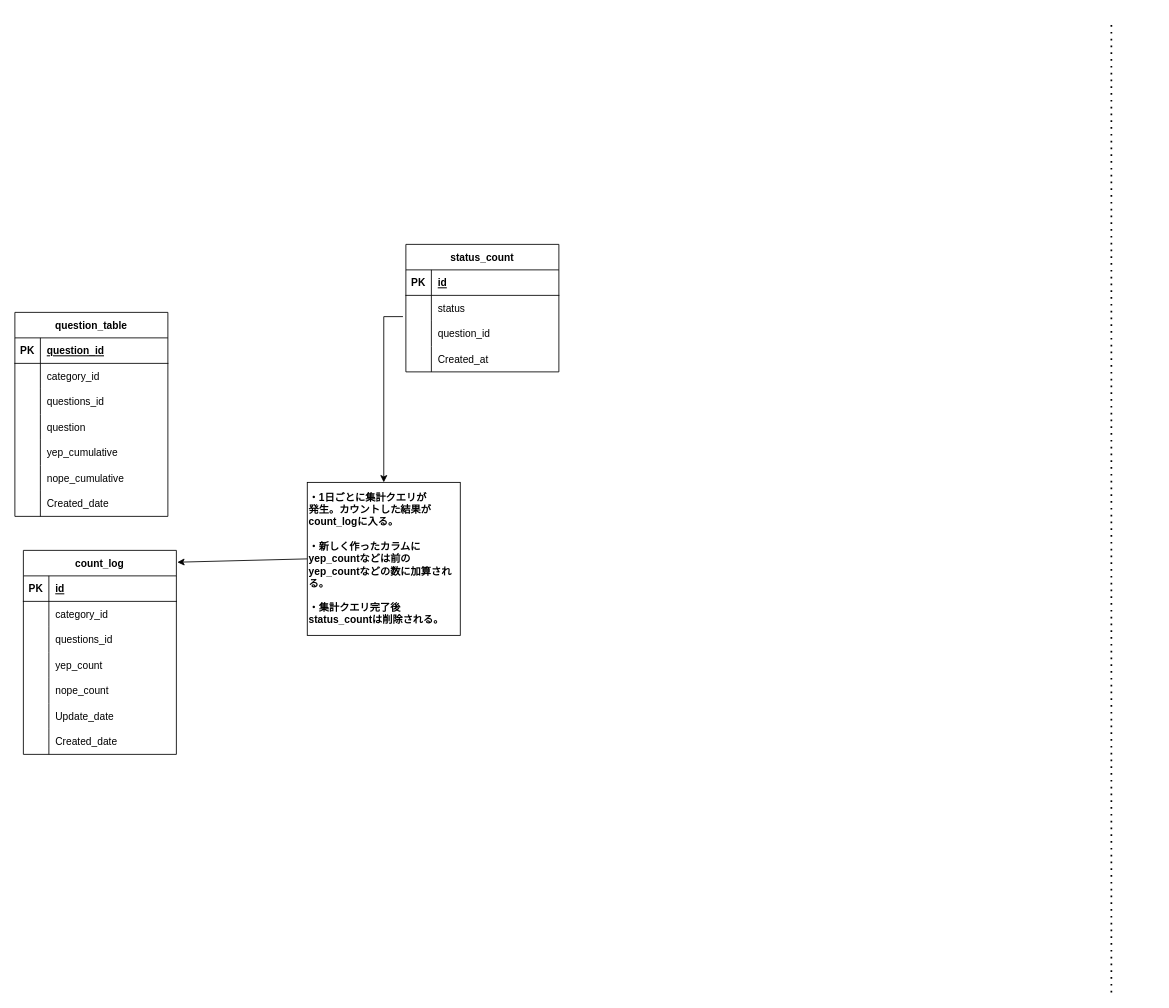
This is page "初期リリースDB" (1 of 9) of Untitled Diagram.drawio from ryo-n-cell/aruaruSet, a draw.io file, before an edit. Source tidied: cells renumbered, new cells numbered last; positions are measured from the earlier drawing's top-left corner, leaving out a move shared by most shapes. Both pictures are drawn from the tidied source at 85%, with x=0, y=0 at pixel (14, 23).
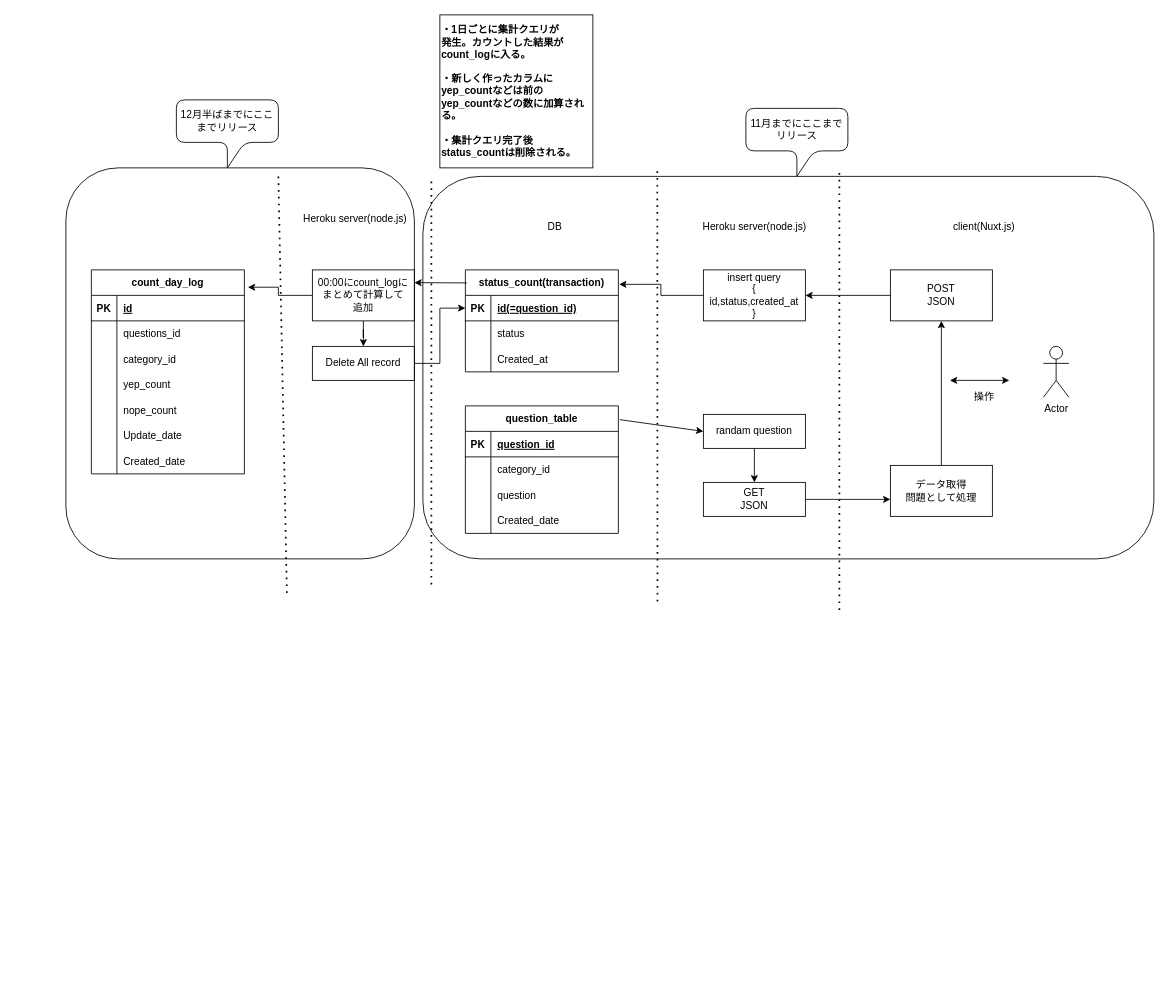
The same page after the edit.

The change refers to these unchanged cells:
```xml
<mxCell id="3" style="shape=partialRectangle;fillColor=none;top=0;left=0;bottom=1;right=0;points=[[0,0.5],[1,0.5]];portConstraint=eastwest;" parent="2" vertex="1">
  <mxGeometry y="30" width="180" height="30" as="geometry" />
</mxCell>
<mxCell id="6" style="shape=partialRectangle;fillColor=none;top=0;left=0;bottom=0;right=0;points=[[0,0.5],[1,0.5]];portConstraint=eastwest;" parent="2" vertex="1">
  <mxGeometry y="60" width="180" height="30" as="geometry" />
</mxCell>
<mxCell id="9" style="shape=partialRectangle;fillColor=none;top=0;left=0;bottom=0;right=0;" parent="2" vertex="1">
  <mxGeometry y="90" width="180" height="30" as="geometry" />
</mxCell>
<mxCell id="45" style="shape=partialRectangle;fillColor=none;top=0;left=0;bottom=0;right=0;" parent="41" vertex="1">
  <mxGeometry y="60" width="180" height="30" as="geometry" />
</mxCell>
<mxCell id="48" style="shape=partialRectangle;fillColor=none;top=0;left=0;bottom=0;right=0;" parent="41" vertex="1">
  <mxGeometry y="90" width="180" height="30" as="geometry" />
</mxCell>
```

The edit, as a diff of the source:
```diff
@@
+    <mxCell id="63" style="rounded=1;whiteSpace=wrap;html=1;fillColor=none;" parent="1" vertex="1">
+      <mxGeometry x="480" y="180" width="860" height="450" as="geometry" />
+    </mxCell>
-    <mxCell id="2" value="status_count" style="shape=table;startSize=30;childLayout=tableLayout;rowLines=0;fontStyle=1;align=center;" parent="1" vertex="1">
-      <mxGeometry x="460" y="260" width="180" height="150" as="geometry" />
+    <mxCell id="2" value="status_count(transaction)" style="shape=table;startSize=30;childLayout=tableLayout;rowLines=0;fontStyle=1;align=center;" parent="1" vertex="1">
+      <mxGeometry x="530" y="290" width="180" height="120" as="geometry" />
     </mxCell>
@@
-    <mxCell id="5" value="id" style="shape=partialRectangle;fillColor=none;top=0;left=0;bottom=0;right=0;align=left;spacingLeft=6;fontStyle=5;overflow=hidden;" parent="3" vertex="1">
+    <mxCell id="5" value="id(=question_id)" style="shape=partialRectangle;fillColor=none;top=0;left=0;bottom=0;right=0;align=left;spacingLeft=6;fontStyle=5;overflow=hidden;" parent="3" vertex="1">
       <mxGeometry x="30" width="150" height="30" as="geometry" />
     </mxCell>
@@
-    <mxCell id="11" value="question_id" style="shape=partialRectangle;fillColor=none;top=0;left=0;bottom=0;right=0;align=left;spacingLeft=6;overflow=hidden;" parent="9" vertex="1">
+    <mxCell id="11" value="Created_at" style="shape=partialRectangle;fillColor=none;top=0;left=0;bottom=0;right=0;align=left;spacingLeft=6;overflow=hidden;" parent="9" vertex="1">
       <mxGeometry x="30" width="150" height="30" as="geometry" />
     </mxCell>
-    <mxCell id="12" style="shape=partialRectangle;fillColor=none;top=0;left=0;bottom=0;right=0;" parent="2" vertex="1">
-      <mxGeometry y="120" width="180" height="30" as="geometry" />
-    </mxCell>
-    <mxCell id="13" style="shape=partialRectangle;fillColor=none;top=0;left=0;bottom=0;right=0;overflow=hidden;" parent="12" vertex="1">
-      <mxGeometry width="30" height="30" as="geometry" />
-    </mxCell>
-    <mxCell id="14" value="Created_at" style="shape=partialRectangle;fillColor=none;top=0;left=0;bottom=0;right=0;align=left;spacingLeft=6;overflow=hidden;" parent="12" vertex="1">
-      <mxGeometry x="30" width="150" height="30" as="geometry" />
-    </mxCell>
     <mxCell id="15" value="・1日ごとに集計クエリが&lt;br&gt;発生。カウントした結果が&lt;br&gt;count_logに入る。&lt;br&gt;&lt;br&gt;・新しく作ったカラムに&lt;br&gt;yep_countなどは前の&lt;br&gt;yep_countなどの数に加算される。&lt;br&gt;&lt;br&gt;・集計クエリ完了後&lt;br&gt;status_countは削除される。" style="whiteSpace=wrap;html=1;fontStyle=1;startSize=30;align=left;" parent="1" vertex="1">
-      <mxGeometry x="344" y="540" width="180" height="180" as="geometry" />
+      <mxGeometry x="500" y="-10" width="180" height="180" as="geometry" />
     </mxCell>
-    <mxCell id="16" style="endArrow=classic;html=1;exitX=0;exitY=0.5;exitDx=0;exitDy=0;entryX=1.006;entryY=0.058;entryDx=0;entryDy=0;entryPerimeter=0;" parent="1" edge="1" source="15" target="41">
-      <mxGeometry relative="1" as="geometry" />
-    </mxCell>
-    <mxCell id="17" style="edgeStyle=orthogonalEdgeStyle;rounded=0;jettySize=auto;html=1;exitX=-0.019;exitY=0.833;exitDx=0;exitDy=0;exitPerimeter=0;" parent="1" edge="1" source="6" target="15">
-      <mxGeometry relative="1" as="geometry" />
-    </mxCell>
-    <mxCell id="18" style="endArrow=none;dashed=1;html=1;dashPattern=1 3;strokeWidth=2;" parent="1" edge="1">
-      <mxGeometry relative="1" as="geometry">
-        <mxPoint x="1290" y="1140" as="sourcePoint" />
-        <mxPoint x="1290" as="targetPoint" />
-      </mxGeometry>
-    </mxCell>
     <mxCell id="19" value="question_table" style="shape=table;startSize=30;childLayout=tableLayout;rowLines=0;fontStyle=1;align=center;" parent="1" vertex="1">
-      <mxGeometry y="340" width="180" height="240" as="geometry" />
+      <mxGeometry x="530" y="450" width="180" height="150" as="geometry" />
     </mxCell>
@@
-    <mxCell id="26" style="shape=partialRectangle;fillColor=none;top=0;left=0;bottom=0;right=0;" parent="19" vertex="1">
-      <mxGeometry y="90" width="180" height="30" as="geometry" />
-    </mxCell>
-    <mxCell id="27" style="shape=partialRectangle;fillColor=none;top=0;left=0;bottom=0;right=0;overflow=hidden;" parent="26" vertex="1">
-      <mxGeometry width="30" height="30" as="geometry" />
-    </mxCell>
-    <mxCell id="28" value="questions_id" style="shape=partialRectangle;fillColor=none;top=0;left=0;bottom=0;right=0;align=left;spacingLeft=6;overflow=hidden;" parent="26" vertex="1">
-      <mxGeometry x="30" width="150" height="30" as="geometry" />
-    </mxCell>
     <mxCell id="29" style="shape=partialRectangle;fillColor=none;top=0;left=0;bottom=0;right=0;" parent="19" vertex="1">
-      <mxGeometry y="120" width="180" height="30" as="geometry" />
+      <mxGeometry y="90" width="180" height="30" as="geometry" />
     </mxCell>
@@
-    <mxCell id="32" style="shape=partialRectangle;fillColor=none;top=0;left=0;bottom=0;right=0;" parent="19" vertex="1">
-      <mxGeometry y="150" width="180" height="30" as="geometry" />
-    </mxCell>
-    <mxCell id="33" style="shape=partialRectangle;fillColor=none;top=0;left=0;bottom=0;right=0;overflow=hidden;" parent="32" vertex="1">
-      <mxGeometry width="30" height="30" as="geometry" />
-    </mxCell>
-    <mxCell id="34" value="yep_cumulative" style="shape=partialRectangle;fillColor=none;top=0;left=0;bottom=0;right=0;align=left;spacingLeft=6;overflow=hidden;" parent="32" vertex="1">
-      <mxGeometry x="30" width="150" height="30" as="geometry" />
-    </mxCell>
-    <mxCell id="35" style="shape=partialRectangle;fillColor=none;top=0;left=0;bottom=0;right=0;" parent="19" vertex="1">
-      <mxGeometry y="180" width="180" height="30" as="geometry" />
-    </mxCell>
-    <mxCell id="36" style="shape=partialRectangle;fillColor=none;top=0;left=0;bottom=0;right=0;overflow=hidden;" parent="35" vertex="1">
-      <mxGeometry width="30" height="30" as="geometry" />
-    </mxCell>
-    <mxCell id="37" value="nope_cumulative" style="shape=partialRectangle;fillColor=none;top=0;left=0;bottom=0;right=0;align=left;spacingLeft=6;overflow=hidden;" parent="35" vertex="1">
-      <mxGeometry x="30" width="150" height="30" as="geometry" />
-    </mxCell>
     <mxCell id="38" style="shape=partialRectangle;fillColor=none;top=0;left=0;bottom=0;right=0;" parent="19" vertex="1">
-      <mxGeometry y="210" width="180" height="30" as="geometry" />
+      <mxGeometry y="120" width="180" height="30" as="geometry" />
     </mxCell>
@@
-    <mxCell id="41" value="count_log" style="shape=table;startSize=30;childLayout=tableLayout;rowLines=0;fontStyle=1;align=center;verticalAlign=middle;" parent="1" vertex="1">
-      <mxGeometry x="10" y="620" width="180" height="240" as="geometry" />
+    <mxCell id="41" value="count_day_log" style="shape=table;startSize=30;childLayout=tableLayout;rowLines=0;fontStyle=1;align=center;verticalAlign=middle;" parent="1" vertex="1">
+      <mxGeometry x="90" y="290" width="180" height="240" as="geometry" />
     </mxCell>
@@
-    <mxCell id="47" value="category_id" style="shape=partialRectangle;fillColor=none;top=0;left=0;bottom=0;right=0;align=left;spacingLeft=6;overflow=hidden;" parent="45" vertex="1">
+    <mxCell id="47" value="questions_id" style="shape=partialRectangle;fillColor=none;top=0;left=0;bottom=0;right=0;align=left;spacingLeft=6;overflow=hidden;" parent="45" vertex="1">
       <mxGeometry x="30" width="150" height="30" as="geometry" />
     </mxCell>
@@
-    <mxCell id="50" value="questions_id" style="shape=partialRectangle;fillColor=none;top=0;left=0;bottom=0;right=0;align=left;spacingLeft=6;overflow=hidden;" parent="48" vertex="1">
+    <mxCell id="50" value="category_id" style="shape=partialRectangle;fillColor=none;top=0;left=0;bottom=0;right=0;align=left;spacingLeft=6;overflow=hidden;" parent="48" vertex="1">
       <mxGeometry x="30" width="150" height="30" as="geometry" />
     </mxCell>
@@
+    <mxCell id="64" value="POST&lt;br&gt;JSON" style="rounded=0;whiteSpace=wrap;html=1;" parent="1" vertex="1">
+      <mxGeometry x="1030" y="290" width="120" height="60" as="geometry" />
+    </mxCell>
+    <mxCell id="65" style="endArrow=none;dashed=1;html=1;dashPattern=1 3;strokeWidth=2;" parent="1" edge="1">
+      <mxGeometry relative="1" as="geometry">
+        <mxPoint x="756" y="680" as="sourcePoint" />
+        <mxPoint x="755.8" y="170" as="targetPoint" />
+      </mxGeometry>
+    </mxCell>
+    <mxCell id="66" value="Heroku server(node.js)" style="text;html=1;align=center;verticalAlign=middle;strokeColor=none;" parent="1" vertex="1">
+      <mxGeometry x="800" y="230" width="140" height="20" as="geometry" />
+    </mxCell>
+    <mxCell id="67" value="DB" style="text;html=1;align=center;verticalAlign=middle;strokeColor=none;" parent="1" vertex="1">
+      <mxGeometry x="620" y="230" width="30" height="20" as="geometry" />
+    </mxCell>
+    <mxCell id="68" style="endArrow=none;dashed=1;html=1;dashPattern=1 3;strokeWidth=2;" parent="1" edge="1">
+      <mxGeometry relative="1" as="geometry">
+        <mxPoint x="970" y="690" as="sourcePoint" />
+        <mxPoint x="970" y="170" as="targetPoint" />
+      </mxGeometry>
+    </mxCell>
+    <mxCell id="69" value="client(Nuxt.js)" style="text;html=1;align=center;verticalAlign=middle;strokeColor=none;" parent="1" vertex="1">
+      <mxGeometry x="1095" y="230" width="90" height="20" as="geometry" />
+    </mxCell>
+    <mxCell id="70" style="edgeStyle=orthogonalEdgeStyle;rounded=0;jettySize=auto;html=1;entryX=1.005;entryY=0.142;entryDx=0;entryDy=0;entryPerimeter=0;" parent="1" edge="1" source="71" target="2">
+      <mxGeometry relative="1" as="geometry" />
+    </mxCell>
+    <mxCell id="71" value="insert query&lt;br&gt;{&lt;br&gt;id,status,created_at&lt;br&gt;}" style="rounded=0;whiteSpace=wrap;html=1;" parent="1" vertex="1">
+      <mxGeometry x="810" y="290" width="120" height="60" as="geometry" />
+    </mxCell>
+    <mxCell id="72" value="Actor" style="shape=umlActor;verticalLabelPosition=bottom;verticalAlign=top;html=1;" parent="1" vertex="1">
+      <mxGeometry x="1210" y="380" width="30" height="60" as="geometry" />
+    </mxCell>
+    <mxCell id="73" style="endArrow=classic;html=1;exitX=0.5;exitY=0;exitDx=0;exitDy=0;" parent="1" edge="1" source="74">
+      <mxGeometry relative="1" as="geometry">
+        <mxPoint x="1090" y="350" as="targetPoint" />
+      </mxGeometry>
+    </mxCell>
+    <mxCell id="74" value="データ取得&lt;br&gt;問題として処理" style="rounded=0;whiteSpace=wrap;html=1;" parent="1" vertex="1">
+      <mxGeometry x="1030" y="520" width="120" height="60" as="geometry" />
+    </mxCell>
+    <mxCell id="75" style="endArrow=classic;html=1;exitX=0;exitY=0.5;exitDx=0;exitDy=0;entryX=1;entryY=0.5;entryDx=0;entryDy=0;" parent="1" edge="1" source="64" target="71">
+      <mxGeometry relative="1" as="geometry" />
+    </mxCell>
+    <mxCell id="76" style="edgeStyle=orthogonalEdgeStyle;rounded=0;jettySize=auto;html=1;" parent="1" edge="1" source="77" target="78">
+      <mxGeometry relative="1" as="geometry" />
+    </mxCell>
+    <mxCell id="77" value="randam question" style="rounded=0;whiteSpace=wrap;html=1;" parent="1" vertex="1">
+      <mxGeometry x="810" y="460" width="120" height="40" as="geometry" />
+    </mxCell>
+    <mxCell id="78" value="GET&lt;br&gt;JSON" style="whiteSpace=wrap;html=1;rounded=0;" parent="1" vertex="1">
+      <mxGeometry x="810" y="540" width="120" height="40" as="geometry" />
+    </mxCell>
+    <mxCell id="79" style="endArrow=classic;html=1;exitX=1.009;exitY=0.108;exitDx=0;exitDy=0;exitPerimeter=0;" parent="1" edge="1" source="19">
+      <mxGeometry relative="1" as="geometry">
+        <mxPoint x="810" y="480" as="targetPoint" />
+      </mxGeometry>
+    </mxCell>
+    <mxCell id="80" style="endArrow=classic;html=1;exitX=1;exitY=0.5;exitDx=0;exitDy=0;" parent="1" edge="1" source="78">
+      <mxGeometry relative="1" as="geometry">
+        <mxPoint x="1030" y="560" as="targetPoint" />
+      </mxGeometry>
+    </mxCell>
+    <mxCell id="81" style="endArrow=classic;startArrow=classic;html=1;" parent="1" edge="1">
+      <mxGeometry relative="1" as="geometry">
+        <mxPoint x="1100" y="420" as="sourcePoint" />
+        <mxPoint x="1170" y="420" as="targetPoint" />
+      </mxGeometry>
+    </mxCell>
+    <mxCell id="82" value="操作" style="text;html=1;align=center;verticalAlign=middle;strokeColor=none;" parent="1" vertex="1">
+      <mxGeometry x="1120" y="430" width="40" height="20" as="geometry" />
+    </mxCell>
+    <mxCell id="83" value="Heroku server(node.js)" style="text;html=1;align=center;verticalAlign=middle;strokeColor=none;" parent="1" vertex="1">
+      <mxGeometry x="330" y="220" width="140" height="20" as="geometry" />
+    </mxCell>
+    <mxCell id="84" style="endArrow=none;dashed=1;html=1;dashPattern=1 3;strokeWidth=2;" parent="1" edge="1">
+      <mxGeometry relative="1" as="geometry">
+        <mxPoint x="490" y="660" as="sourcePoint" />
+        <mxPoint x="490" y="180" as="targetPoint" />
+      </mxGeometry>
+    </mxCell>
+    <mxCell id="85" style="edgeStyle=orthogonalEdgeStyle;rounded=0;jettySize=auto;html=1;entryX=1.023;entryY=0.085;entryDx=0;entryDy=0;entryPerimeter=0;" parent="1" edge="1" source="87" target="41">
+      <mxGeometry relative="1" as="geometry" />
+    </mxCell>
+    <mxCell id="86" style="edgeStyle=orthogonalEdgeStyle;rounded=0;jettySize=auto;html=1;" parent="1" edge="1" source="87" target="90">
+      <mxGeometry relative="1" as="geometry" />
+    </mxCell>
+    <mxCell id="87" value="00:00にcount_logにまとめて計算して&lt;br&gt;追加" style="rounded=0;whiteSpace=wrap;html=1;" parent="1" vertex="1">
+      <mxGeometry x="350" y="290" width="120" height="60" as="geometry" />
+    </mxCell>
+    <mxCell id="88" style="endArrow=classic;html=1;exitX=0.009;exitY=0.128;exitDx=0;exitDy=0;exitPerimeter=0;entryX=1;entryY=0.25;entryDx=0;entryDy=0;" parent="1" edge="1" source="2" target="87">
+      <mxGeometry relative="1" as="geometry" />
+    </mxCell>
+    <mxCell id="89" style="edgeStyle=orthogonalEdgeStyle;rounded=0;jettySize=auto;html=1;entryX=0;entryY=0.5;entryDx=0;entryDy=0;exitX=1;exitY=0.5;exitDx=0;exitDy=0;" parent="1" edge="1" source="90" target="3">
+      <mxGeometry relative="1" as="geometry" />
+    </mxCell>
+    <mxCell id="90" value="Delete All record" style="whiteSpace=wrap;html=1;rounded=0;" parent="1" vertex="1">
+      <mxGeometry x="350" y="380" width="120" height="40" as="geometry" />
+    </mxCell>
+    <mxCell id="91" style="endArrow=none;dashed=1;html=1;dashPattern=1 3;strokeWidth=2;" parent="1" edge="1">
+      <mxGeometry relative="1" as="geometry">
+        <mxPoint x="320" y="670" as="sourcePoint" />
+        <mxPoint x="310" y="180" as="targetPoint" />
+      </mxGeometry>
+    </mxCell>
+    <mxCell id="92" value="11月までにここまでリリース" style="shape=callout;rounded=1;whiteSpace=wrap;html=1;perimeter=calloutPerimeter;fillColor=none;" parent="1" vertex="1">
+      <mxGeometry x="860" y="100" width="120" height="80" as="geometry" />
+    </mxCell>
+    <mxCell id="93" style="rounded=1;whiteSpace=wrap;html=1;fillColor=none;" parent="1" vertex="1">
+      <mxGeometry x="60" y="170" width="410" height="460" as="geometry" />
+    </mxCell>
+    <mxCell id="94" value="12月半ばまでにここまでリリース" style="shape=callout;rounded=1;whiteSpace=wrap;html=1;perimeter=calloutPerimeter;fillColor=none;" parent="1" vertex="1">
+      <mxGeometry x="190" y="90" width="120" height="80" as="geometry" />
+    </mxCell>
```
